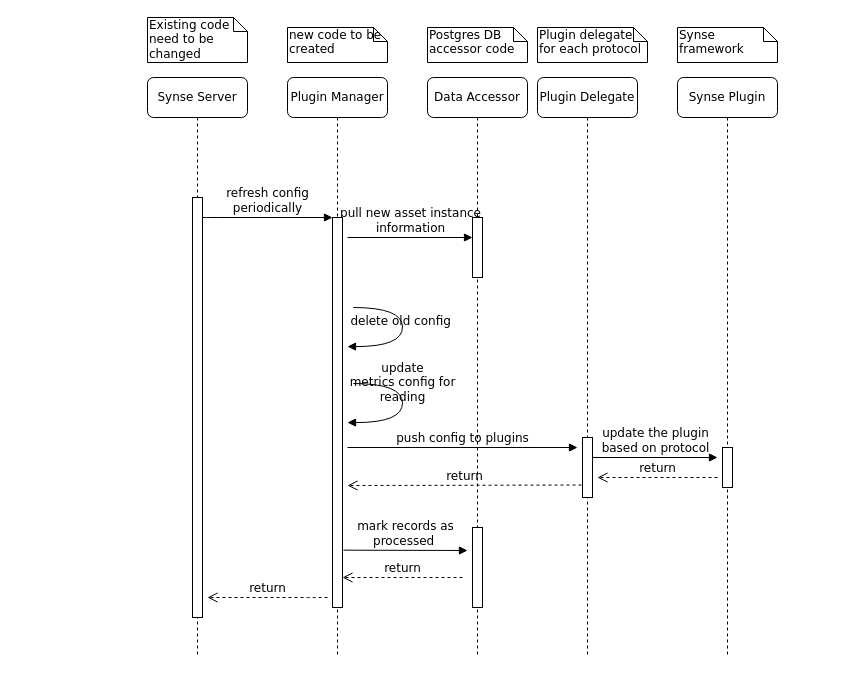
Above: page "Page-2" (2 of 2) of power-rep.drawio in dsm100/test (draw.io), before the change. Source tidied: cells renumbered, new cells numbered last; positions are measured from the earlier drawing's top-left corner, leaving out a move shared by most shapes. Both pictures are drawn from the tidied source at 100%, with x=0, y=0 at pixel (147, 17).
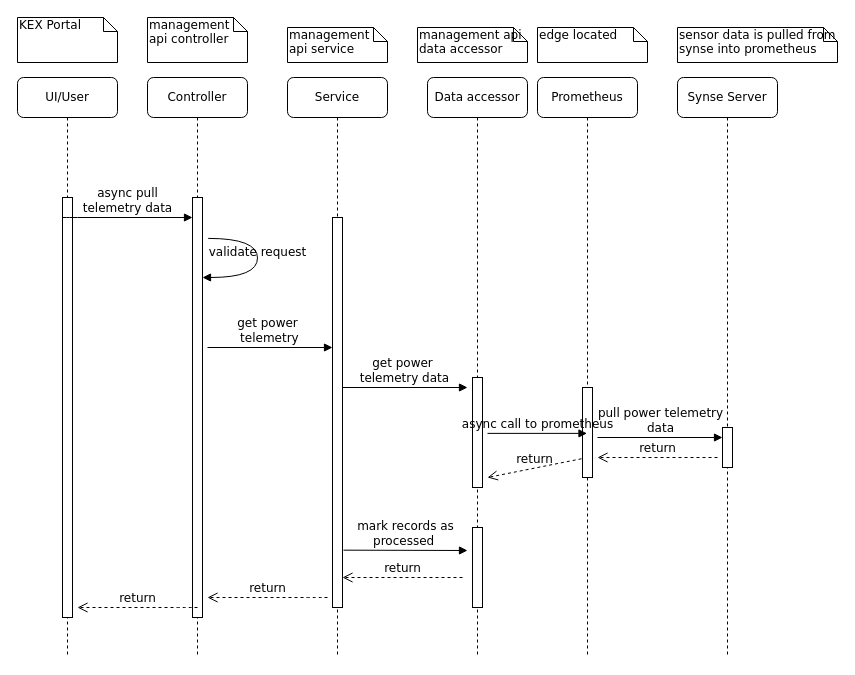
Above is the later version.

Unchanged cells that the change refers to:
```xml
<mxCell id="3" style="html=1;points=[];perimeter=orthogonalPerimeter;rounded=0;shadow=0;comic=0;labelBackgroundColor=none;strokeWidth=1;fontFamily=Verdana;fontSize=12;align=center;" parent="2" vertex="1">
  <mxGeometry x="45" y="120" width="10" height="420" as="geometry" />
</mxCell>
<mxCell id="14" style="html=1;points=[];perimeter=orthogonalPerimeter;rounded=0;shadow=0;comic=0;labelBackgroundColor=none;strokeWidth=1;fontFamily=Verdana;fontSize=12;align=center;" parent="1" vertex="1">
  <mxGeometry x="185" y="200" width="10" height="390" as="geometry" />
</mxCell>
```

Change to the diagram source:
```diff
@@
-    <mxCell id="2" value="Synse Server" style="shape=umlLifeline;perimeter=lifelinePerimeter;whiteSpace=wrap;html=1;rounded=1;shadow=0;comic=0;labelBackgroundColor=none;strokeWidth=1;fontFamily=Verdana;fontSize=12;align=center;" parent="1" vertex="1">
+    <mxCell id="2" value="Controller" style="shape=umlLifeline;perimeter=lifelinePerimeter;whiteSpace=wrap;html=1;rounded=1;shadow=0;comic=0;labelBackgroundColor=none;strokeWidth=1;fontFamily=Verdana;fontSize=12;align=center;" parent="1" vertex="1">
       <mxGeometry y="60" width="100" height="580" as="geometry" />
     </mxCell>
@@
+    <mxCell id="26" value="validate request" style="html=1;verticalAlign=bottom;endArrow=block;labelBackgroundColor=none;fontFamily=Verdana;fontSize=12;elbow=vertical;edgeStyle=orthogonalEdgeStyle;curved=1;exitX=1.066;exitY=0.713;exitPerimeter=0;" parent="2" edge="1">
+      <mxGeometry relative="1" as="geometry">
+        <mxPoint x="60.7" y="160.9" as="sourcePoint" />
+        <mxPoint x="55" y="200" as="targetPoint" />
+        <Array as="points">
+          <mxPoint x="110" y="160.9" />
+          <mxPoint x="110" y="199.9" />
+        </Array>
+      </mxGeometry>
+    </mxCell>
-    <mxCell id="4" value="Plugin Manager" style="shape=umlLifeline;perimeter=lifelinePerimeter;whiteSpace=wrap;html=1;rounded=1;shadow=0;comic=0;labelBackgroundColor=none;strokeWidth=1;fontFamily=Verdana;fontSize=12;align=center;" parent="1" vertex="1">
+    <mxCell id="4" value="Service" style="shape=umlLifeline;perimeter=lifelinePerimeter;whiteSpace=wrap;html=1;rounded=1;shadow=0;comic=0;labelBackgroundColor=none;strokeWidth=1;fontFamily=Verdana;fontSize=12;align=center;" parent="1" vertex="1">
       <mxGeometry x="140" y="60" width="100" height="580" as="geometry" />
     </mxCell>
-    <mxCell id="5" value="pull new asset instance&lt;br&gt;information" style="html=1;verticalAlign=bottom;endArrow=block;labelBackgroundColor=none;fontFamily=Verdana;fontSize=12;" parent="4" edge="1">
-      <mxGeometry relative="1" as="geometry">
-        <mxPoint x="60" y="160" as="sourcePoint" />
-        <mxPoint x="185" y="160" as="targetPoint" />
-      </mxGeometry>
-    </mxCell>
@@
-    <mxCell id="7" value="Plugin Delegate" style="shape=umlLifeline;perimeter=lifelinePerimeter;whiteSpace=wrap;html=1;outlineConnect=0;rounded=1;shadow=0;comic=0;labelBackgroundColor=none;strokeWidth=1;fontFamily=Verdana;fontSize=12;align=center;" parent="1" vertex="1">
+    <mxCell id="7" value="Prometheus" style="shape=umlLifeline;perimeter=lifelinePerimeter;whiteSpace=wrap;html=1;outlineConnect=0;rounded=1;shadow=0;comic=0;labelBackgroundColor=none;strokeWidth=1;fontFamily=Verdana;fontSize=12;align=center;" parent="1" vertex="1">
       <mxGeometry x="390" y="60" width="100" height="580" as="geometry" />
     </mxCell>
     <mxCell id="8" style="html=1;points=[];perimeter=orthogonalPerimeter;rounded=0;shadow=0;comic=0;labelBackgroundColor=none;strokeWidth=1;fontFamily=Verdana;fontSize=12;align=center;" parent="7" vertex="1">
-      <mxGeometry x="45" y="360" width="10" height="60" as="geometry" />
+      <mxGeometry x="45" y="310" width="10" height="90" as="geometry" />
     </mxCell>
-    <mxCell id="9" value="return" style="html=1;verticalAlign=bottom;endArrow=open;dashed=1;endSize=8;labelBackgroundColor=none;fontFamily=Verdana;fontSize=12;" parent="7" edge="1">
-      <mxGeometry relative="1" as="geometry">
-        <mxPoint x="180" y="400" as="sourcePoint" />
-        <mxPoint x="60" y="400" as="targetPoint" />
-      </mxGeometry>
-    </mxCell>
-    <mxCell id="10" value="Data Accessor" style="shape=umlLifeline;perimeter=lifelinePerimeter;whiteSpace=wrap;html=1;rounded=1;shadow=0;comic=0;labelBackgroundColor=none;strokeWidth=1;fontFamily=Verdana;fontSize=12;align=center;" parent="1" vertex="1">
+    <mxCell id="10" value="Data accessor" style="shape=umlLifeline;perimeter=lifelinePerimeter;whiteSpace=wrap;html=1;rounded=1;shadow=0;comic=0;labelBackgroundColor=none;strokeWidth=1;fontFamily=Verdana;fontSize=12;align=center;" parent="1" vertex="1">
       <mxGeometry x="280" y="60" width="100" height="580" as="geometry" />
     </mxCell>
     <mxCell id="11" style="html=1;points=[];perimeter=orthogonalPerimeter;rounded=0;shadow=0;comic=0;labelBackgroundColor=none;strokeWidth=1;fontFamily=Verdana;fontSize=12;align=center;" parent="10" vertex="1">
-      <mxGeometry x="45" y="140" width="10" height="60" as="geometry" />
+      <mxGeometry x="45" y="300" width="10" height="110" as="geometry" />
     </mxCell>
@@
-    <mxCell id="13" value="push config to plugins" style="html=1;verticalAlign=bottom;endArrow=block;labelBackgroundColor=none;fontFamily=Verdana;fontSize=12;exitX=1.1;exitY=0.853;exitDx=0;exitDy=0;exitPerimeter=0;" parent="10" edge="1">
-      <mxGeometry relative="1" as="geometry">
-        <mxPoint x="-80" y="370" as="sourcePoint" />
-        <mxPoint x="150" y="370" as="targetPoint" />
-      </mxGeometry>
-    </mxCell>
@@
-    <mxCell id="15" value="refresh config&lt;br&gt;periodically" style="html=1;verticalAlign=bottom;endArrow=block;labelBackgroundColor=none;fontFamily=Verdana;fontSize=12;edgeStyle=elbowEdgeStyle;elbow=vertical;" parent="1" edge="1" source="3" target="14">
-      <mxGeometry relative="1" as="geometry">
-        <Array as="points">
-          <mxPoint x="60" y="200" />
-        </Array>
-      </mxGeometry>
-    </mxCell>
@@
-    <mxCell id="18" value="Existing code need to be changed" style="shape=note;whiteSpace=wrap;html=1;size=14;verticalAlign=top;align=left;spacingTop=-6;rounded=0;shadow=0;comic=0;labelBackgroundColor=none;strokeWidth=1;fontFamily=Verdana;fontSize=12;" parent="1" vertex="1">
+    <mxCell id="18" value="management api controller" style="shape=note;whiteSpace=wrap;html=1;size=14;verticalAlign=top;align=left;spacingTop=-6;rounded=0;shadow=0;comic=0;labelBackgroundColor=none;strokeWidth=1;fontFamily=Verdana;fontSize=12;" parent="1" vertex="1">
       <mxGeometry width="100" height="45" as="geometry" />
     </mxCell>
-    <mxCell id="19" value="new code to be created" style="shape=note;whiteSpace=wrap;html=1;size=14;verticalAlign=top;align=left;spacingTop=-6;rounded=0;shadow=0;comic=0;labelBackgroundColor=none;strokeWidth=1;fontFamily=Verdana;fontSize=12;" parent="1" vertex="1">
+    <mxCell id="19" value="management api service" style="shape=note;whiteSpace=wrap;html=1;size=14;verticalAlign=top;align=left;spacingTop=-6;rounded=0;shadow=0;comic=0;labelBackgroundColor=none;strokeWidth=1;fontFamily=Verdana;fontSize=12;" parent="1" vertex="1">
       <mxGeometry x="140" y="10" width="100" height="35" as="geometry" />
     </mxCell>
-    <mxCell id="20" value="Plugin delegate for each protocol" style="shape=note;whiteSpace=wrap;html=1;size=14;verticalAlign=top;align=left;spacingTop=-6;rounded=0;shadow=0;comic=0;labelBackgroundColor=none;strokeWidth=1;fontFamily=Verdana;fontSize=12;" parent="1" vertex="1">
+    <mxCell id="20" value="edge located" style="shape=note;whiteSpace=wrap;html=1;size=14;verticalAlign=top;align=left;spacingTop=-6;rounded=0;shadow=0;comic=0;labelBackgroundColor=none;strokeWidth=1;fontFamily=Verdana;fontSize=12;" parent="1" vertex="1">
       <mxGeometry x="390" y="10" width="110" height="35" as="geometry" />
     </mxCell>
-    <mxCell id="21" value="Postgres DB accessor code" style="shape=note;whiteSpace=wrap;html=1;size=14;verticalAlign=top;align=left;spacingTop=-6;rounded=0;shadow=0;comic=0;labelBackgroundColor=none;strokeWidth=1;fontFamily=Verdana;fontSize=12;" parent="1" vertex="1">
-      <mxGeometry x="280" y="10" width="100" height="35" as="geometry" />
+    <mxCell id="21" value="management api data accessor" style="shape=note;whiteSpace=wrap;html=1;size=14;verticalAlign=top;align=left;spacingTop=-6;rounded=0;shadow=0;comic=0;labelBackgroundColor=none;strokeWidth=1;fontFamily=Verdana;fontSize=12;" parent="1" vertex="1">
+      <mxGeometry x="270" y="10" width="110" height="35" as="geometry" />
     </mxCell>
-    <mxCell id="22" value="Synse Plugin" style="shape=umlLifeline;perimeter=lifelinePerimeter;whiteSpace=wrap;html=1;rounded=1;shadow=0;comic=0;labelBackgroundColor=none;strokeWidth=1;fontFamily=Verdana;fontSize=12;align=center;" parent="1" vertex="1">
+    <mxCell id="22" value="Synse Server" style="shape=umlLifeline;perimeter=lifelinePerimeter;whiteSpace=wrap;html=1;rounded=1;shadow=0;comic=0;labelBackgroundColor=none;strokeWidth=1;fontFamily=Verdana;fontSize=12;align=center;" parent="1" vertex="1">
       <mxGeometry x="530" y="60" width="100" height="580" as="geometry" />
     </mxCell>
     <mxCell id="23" style="html=1;perimeter=orthogonalPerimeter;rounded=0;shadow=0;comic=0;labelBackgroundColor=none;strokeWidth=1;fontFamily=Verdana;fontSize=12;align=center;" parent="22" vertex="1">
-      <mxGeometry x="45" y="370" width="10" height="40" as="geometry" />
+      <mxGeometry x="45" y="350" width="10" height="40" as="geometry" />
     </mxCell>
+    <mxCell id="27" value="pull power telemetry&lt;br&gt;data" style="html=1;verticalAlign=bottom;endArrow=block;labelBackgroundColor=none;fontFamily=Verdana;fontSize=12;exitX=1.1;exitY=0.853;exitDx=0;exitDy=0;exitPerimeter=0;" parent="22" edge="1">
+      <mxGeometry relative="1" as="geometry">
+        <mxPoint x="-80" y="360" as="sourcePoint" />
+        <mxPoint x="45" y="360" as="targetPoint" />
+      </mxGeometry>
+    </mxCell>
+    <mxCell id="9" value="return" style="html=1;verticalAlign=bottom;endArrow=open;dashed=1;endSize=8;labelBackgroundColor=none;fontFamily=Verdana;fontSize=12;" parent="22" edge="1">
+      <mxGeometry relative="1" as="geometry">
+        <mxPoint x="40" y="380" as="sourcePoint" />
+        <mxPoint x="-80" y="380" as="targetPoint" />
+      </mxGeometry>
+    </mxCell>
-    <mxCell id="24" value="Synse framework" style="shape=note;whiteSpace=wrap;html=1;size=14;verticalAlign=top;align=left;spacingTop=-6;rounded=0;shadow=0;comic=0;labelBackgroundColor=none;strokeWidth=1;fontFamily=Verdana;fontSize=12;" parent="1" vertex="1">
-      <mxGeometry x="530" y="10" width="100" height="35" as="geometry" />
+    <mxCell id="24" value="sensor data is pulled from synse into prometheus" style="shape=note;whiteSpace=wrap;html=1;size=14;verticalAlign=top;align=left;spacingTop=-6;rounded=0;shadow=0;comic=0;labelBackgroundColor=none;strokeWidth=1;fontFamily=Verdana;fontSize=12;" parent="1" vertex="1">
+      <mxGeometry x="530" y="10" width="160" height="35" as="geometry" />
     </mxCell>
-    <mxCell id="25" value="delete old config&amp;nbsp;" style="html=1;verticalAlign=bottom;endArrow=block;labelBackgroundColor=none;fontFamily=Verdana;fontSize=12;elbow=vertical;edgeStyle=orthogonalEdgeStyle;curved=1;exitX=1.066;exitY=0.713;exitPerimeter=0;" parent="1" edge="1">
-      <mxGeometry relative="1" as="geometry">
-        <mxPoint x="205.7" y="290" as="sourcePoint" />
-        <mxPoint x="200" y="329.1" as="targetPoint" />
-        <Array as="points">
-          <mxPoint x="255" y="290.1" />
-          <mxPoint x="255" y="329.1" />
-        </Array>
-      </mxGeometry>
-    </mxCell>
-    <mxCell id="26" value="update&lt;br&gt;metrics config for&lt;br&gt;reading" style="html=1;verticalAlign=bottom;endArrow=block;labelBackgroundColor=none;fontFamily=Verdana;fontSize=12;elbow=vertical;edgeStyle=orthogonalEdgeStyle;curved=1;exitX=1.066;exitY=0.713;exitPerimeter=0;" parent="1" edge="1">
-      <mxGeometry relative="1" as="geometry">
-        <mxPoint x="205.7" y="366" as="sourcePoint" />
-        <mxPoint x="200" y="405.1" as="targetPoint" />
-        <Array as="points">
-          <mxPoint x="255" y="366" />
-          <mxPoint x="255" y="405" />
-        </Array>
-      </mxGeometry>
-    </mxCell>
-    <mxCell id="27" value="update the plugin&lt;br&gt;based on protocol" style="html=1;verticalAlign=bottom;endArrow=block;labelBackgroundColor=none;fontFamily=Verdana;fontSize=12;exitX=1.1;exitY=0.853;exitDx=0;exitDy=0;exitPerimeter=0;" parent="1" edge="1">
-      <mxGeometry relative="1" as="geometry">
-        <mxPoint x="445" y="440" as="sourcePoint" />
-        <mxPoint x="570" y="440" as="targetPoint" />
-      </mxGeometry>
-    </mxCell>
     <mxCell id="28" value="return" style="html=1;verticalAlign=bottom;endArrow=open;dashed=1;endSize=8;labelBackgroundColor=none;fontFamily=Verdana;fontSize=12;exitX=-0.1;exitY=0.792;exitDx=0;exitDy=0;exitPerimeter=0;" parent="1" edge="1" source="8">
       <mxGeometry relative="1" as="geometry">
-        <mxPoint x="200" y="468" as="targetPoint" />
+        <mxPoint x="340" y="460" as="targetPoint" />
       </mxGeometry>
     </mxCell>
+    <mxCell id="29" value="UI/User" style="shape=umlLifeline;perimeter=lifelinePerimeter;whiteSpace=wrap;html=1;rounded=1;shadow=0;comic=0;labelBackgroundColor=none;strokeWidth=1;fontFamily=Verdana;fontSize=12;align=center;" parent="1" vertex="1">
+      <mxGeometry x="-130" y="60" width="100" height="580" as="geometry" />
+    </mxCell>
+    <mxCell id="30" style="html=1;perimeter=orthogonalPerimeter;rounded=0;shadow=0;comic=0;labelBackgroundColor=none;strokeWidth=1;fontFamily=Verdana;fontSize=12;align=center;" parent="29" vertex="1">
+      <mxGeometry x="45" y="120" width="10" height="420" as="geometry" />
+    </mxCell>
+    <mxCell id="31" value="async pull &lt;br&gt;telemetry data" style="html=1;verticalAlign=bottom;endArrow=block;labelBackgroundColor=none;fontFamily=Verdana;fontSize=12;edgeStyle=elbowEdgeStyle;elbow=vertical;" parent="29" edge="1">
+      <mxGeometry relative="1" as="geometry">
+        <mxPoint x="45" y="140" as="sourcePoint" />
+        <mxPoint x="175" y="140" as="targetPoint" />
+        <Array as="points">
+          <mxPoint x="50" y="140" />
+        </Array>
+      </mxGeometry>
+    </mxCell>
+    <mxCell id="32" value="KEX Portal" style="shape=note;whiteSpace=wrap;html=1;size=14;verticalAlign=top;align=left;spacingTop=-6;rounded=0;shadow=0;comic=0;labelBackgroundColor=none;strokeWidth=1;fontFamily=Verdana;fontSize=12;" parent="1" vertex="1">
+      <mxGeometry x="-130" width="100" height="45" as="geometry" />
+    </mxCell>
+    <mxCell id="5" value="get power&lt;br&gt;&amp;nbsp;telemetry" style="html=1;verticalAlign=bottom;endArrow=block;labelBackgroundColor=none;fontFamily=Verdana;fontSize=12;" parent="1" edge="1">
+      <mxGeometry x="-0.04" relative="1" as="geometry">
+        <mxPoint x="60" y="330" as="sourcePoint" />
+        <mxPoint x="185" y="330" as="targetPoint" />
+      </mxGeometry>
+    </mxCell>
+    <mxCell id="33" value="get power&lt;br&gt;&amp;nbsp;telemetry data" style="html=1;verticalAlign=bottom;endArrow=block;labelBackgroundColor=none;fontFamily=Verdana;fontSize=12;" parent="1" edge="1">
+      <mxGeometry x="-0.04" relative="1" as="geometry">
+        <mxPoint x="195" y="370" as="sourcePoint" />
+        <mxPoint x="320" y="370" as="targetPoint" />
+      </mxGeometry>
+    </mxCell>
+    <mxCell id="13" value="async call to prometheus" style="html=1;verticalAlign=bottom;endArrow=block;labelBackgroundColor=none;fontFamily=Verdana;fontSize=12;exitX=1.5;exitY=0.508;exitDx=0;exitDy=0;exitPerimeter=0;" parent="1" edge="1" source="11" target="7">
+      <mxGeometry relative="1" as="geometry" />
+    </mxCell>
+    <mxCell id="34" value="return" style="html=1;verticalAlign=bottom;endArrow=open;dashed=1;endSize=8;labelBackgroundColor=none;fontFamily=Verdana;fontSize=12;edgeStyle=elbowEdgeStyle;elbow=vertical;" parent="1" edge="1">
+      <mxGeometry relative="1" as="geometry">
+        <mxPoint x="50" y="590" as="sourcePoint" />
+        <mxPoint x="-70" y="590" as="targetPoint" />
+        <Array as="points">
+          <mxPoint x="40" y="590" />
+        </Array>
+      </mxGeometry>
+    </mxCell>
```
